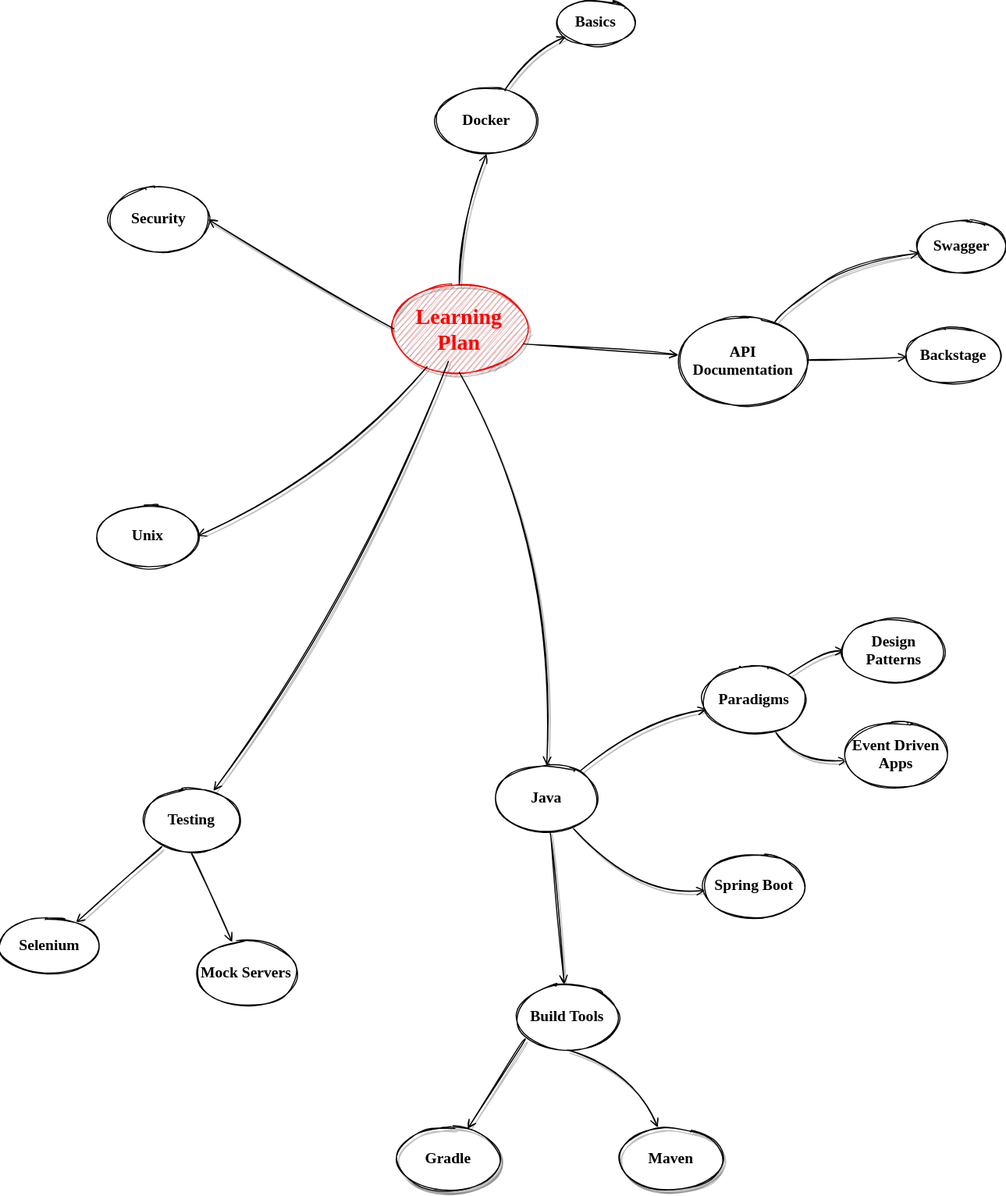
The draw.io diagram diagramming/learning_plan.drawio.svg in mp30028/notes, before a commit. Source tidied: cells renumbered, new cells last; positions are measured from the earlier drawing's top-left corner, leaving out a move shared by most shapes. Source of this version:
```xml
<mxGraphModel>
  <root>
    <mxCell id="0" />
    <mxCell id="1" parent="0" />
    <mxCell id="2" value="Learning Plan" style="ellipse;whiteSpace=wrap;html=1;rounded=0;shadow=1;comic=0;labelBackgroundColor=none;strokeWidth=1;fontFamily=Comic Sans MS;fontSize=20;align=center;fontStyle=1;fontColor=#FF0000;strokeColor=#FF0000;sketch=1;fillColor=#FF9999;" parent="1" vertex="1">
      <mxGeometry x="360" y="260" width="120" height="80" as="geometry" />
    </mxCell>
    <mxCell id="3" style="sketch=1;jettySize=auto;html=1;fontSize=14;fontColor=#0000FF;endArrow=open;endFill=0;curved=1;shadow=1;" parent="1" edge="1" source="4" target="6">
      <mxGeometry relative="1" as="geometry">
        <Array as="points">
          <mxPoint x="480" y="50" />
        </Array>
      </mxGeometry>
    </mxCell>
    <mxCell id="4" value="Docker" style="ellipse;whiteSpace=wrap;html=1;rounded=0;shadow=0;comic=0;labelBackgroundColor=none;strokeWidth=1;fontFamily=Comic Sans MS;fontSize=14;align=center;sketch=1;fontStyle=1;" parent="1" vertex="1">
      <mxGeometry x="400" y="80" width="90" height="60" as="geometry" />
    </mxCell>
    <mxCell id="5" style="endArrow=open;html=1;fontSize=14;fontColor=#0000FF;exitX=0.5;exitY=0;exitDx=0;exitDy=0;sketch=1;entryX=0.5;entryY=1;entryDx=0;entryDy=0;curved=1;endFill=0;shadow=1;" parent="1" edge="1" source="2" target="4">
      <mxGeometry relative="1" as="geometry">
        <Array as="points">
          <mxPoint x="420" y="200" />
        </Array>
      </mxGeometry>
    </mxCell>
    <mxCell id="6" value="Basics" style="ellipse;whiteSpace=wrap;html=1;rounded=0;shadow=0;comic=0;labelBackgroundColor=none;strokeWidth=1;fontFamily=Comic Sans MS;fontSize=14;align=center;sketch=1;fontStyle=1;" parent="1" vertex="1">
      <mxGeometry x="510" width="70" height="40" as="geometry" />
    </mxCell>
    <mxCell id="7" value="Unix" style="ellipse;whiteSpace=wrap;html=1;rounded=0;shadow=0;comic=0;labelBackgroundColor=none;strokeWidth=1;fontFamily=Comic Sans MS;fontSize=14;align=center;sketch=1;fontStyle=1;" parent="1" vertex="1">
      <mxGeometry x="90" y="460" width="90" height="60" as="geometry" />
    </mxCell>
    <mxCell id="8" style="endArrow=open;html=1;fontSize=14;fontColor=#0000FF;sketch=1;entryX=1;entryY=0.5;entryDx=0;entryDy=0;curved=1;endFill=0;shadow=1;" parent="1" edge="1" source="2" target="7">
      <mxGeometry relative="1" as="geometry">
        <Array as="points">
          <mxPoint x="310" y="430" />
        </Array>
      </mxGeometry>
    </mxCell>
    <mxCell id="9" style="edgeStyle=none;shape=connector;curved=1;rounded=1;sketch=1;jettySize=auto;html=1;labelBackgroundColor=default;fontFamily=Helvetica;fontSize=14;fontColor=#0000FF;endArrow=open;endFill=0;strokeColor=default;shadow=1;" parent="1" edge="1" source="15" target="19">
      <mxGeometry relative="1" as="geometry">
        <Array as="points">
          <mxPoint x="585" y="660" />
        </Array>
      </mxGeometry>
    </mxCell>
    <mxCell id="10" style="edgeStyle=none;shape=connector;curved=1;rounded=1;sketch=1;jettySize=auto;html=1;labelBackgroundColor=default;fontFamily=Comic Sans MS;fontSize=14;fontColor=default;endArrow=open;endFill=0;strokeColor=default;shadow=1;exitX=0.5;exitY=1;exitDx=0;exitDy=0;" parent="1" edge="1" source="22" target="20">
      <mxGeometry relative="1" as="geometry">
        <Array as="points">
          <mxPoint x="580" y="980" />
        </Array>
      </mxGeometry>
    </mxCell>
    <mxCell id="11" style="edgeStyle=none;shape=connector;curved=1;rounded=1;sketch=1;jettySize=auto;html=1;labelBackgroundColor=default;fontFamily=Comic Sans MS;fontSize=14;fontColor=default;endArrow=open;endFill=0;strokeColor=default;exitX=0.07;exitY=0.833;exitDx=0;exitDy=0;exitPerimeter=0;shadow=1;" parent="1" edge="1" source="22" target="21">
      <mxGeometry relative="1" as="geometry" />
    </mxCell>
    <mxCell id="12" style="edgeStyle=none;shape=connector;curved=1;rounded=1;sketch=1;jettySize=auto;html=1;labelBackgroundColor=default;fontFamily=Comic Sans MS;fontSize=14;fontColor=default;endArrow=open;endFill=0;strokeColor=default;shadow=1;" parent="1" edge="1" source="15" target="22">
      <mxGeometry relative="1" as="geometry" />
    </mxCell>
    <mxCell id="13" style="edgeStyle=none;shape=connector;curved=1;rounded=1;sketch=1;jettySize=auto;html=1;labelBackgroundColor=default;fontFamily=Helvetica;fontSize=14;fontColor=#0000FF;endArrow=open;endFill=0;strokeColor=default;shadow=1;" parent="1" edge="1" target="27">
      <mxGeometry relative="1" as="geometry">
        <mxPoint x="410" y="330" as="sourcePoint" />
        <Array as="points">
          <mxPoint x="330" y="540" />
        </Array>
      </mxGeometry>
    </mxCell>
    <mxCell id="14" style="edgeStyle=none;shape=connector;curved=1;rounded=1;sketch=1;jettySize=auto;html=1;labelBackgroundColor=default;fontFamily=Helvetica;fontSize=14;fontColor=#0000FF;endArrow=open;endFill=0;strokeColor=default;shadow=1;" parent="1" edge="1" source="15" target="34">
      <mxGeometry relative="1" as="geometry">
        <Array as="points">
          <mxPoint x="580" y="820" />
        </Array>
      </mxGeometry>
    </mxCell>
    <mxCell id="15" value="Java" style="ellipse;whiteSpace=wrap;html=1;rounded=0;shadow=0;comic=0;labelBackgroundColor=none;strokeWidth=1;fontFamily=Comic Sans MS;fontSize=14;align=center;sketch=1;fontStyle=1;" parent="1" vertex="1">
      <mxGeometry x="455" y="700" width="90" height="60" as="geometry" />
    </mxCell>
    <mxCell id="16" style="endArrow=open;html=1;fontSize=14;fontColor=#0000FF;sketch=1;entryX=0.5;entryY=0;entryDx=0;entryDy=0;curved=1;endFill=0;exitX=0.5;exitY=1;exitDx=0;exitDy=0;shadow=1;" parent="1" edge="1" source="2" target="15">
      <mxGeometry relative="1" as="geometry">
        <Array as="points">
          <mxPoint x="510" y="500" />
        </Array>
      </mxGeometry>
    </mxCell>
    <mxCell id="17" style="edgeStyle=none;shape=connector;curved=1;rounded=1;sketch=1;jettySize=auto;html=1;labelBackgroundColor=default;fontFamily=Helvetica;fontSize=14;fontColor=#0000FF;endArrow=open;endFill=0;strokeColor=default;shadow=1;" parent="1" edge="1" source="19" target="23">
      <mxGeometry relative="1" as="geometry">
        <Array as="points">
          <mxPoint x="750" y="595" />
        </Array>
      </mxGeometry>
    </mxCell>
    <mxCell id="18" style="edgeStyle=none;shape=connector;curved=1;rounded=1;sketch=1;jettySize=auto;html=1;labelBackgroundColor=default;fontFamily=Helvetica;fontSize=14;fontColor=#0000FF;endArrow=open;endFill=0;strokeColor=default;shadow=1;" parent="1" edge="1" source="19" target="24">
      <mxGeometry relative="1" as="geometry">
        <Array as="points">
          <mxPoint x="730" y="700" />
        </Array>
      </mxGeometry>
    </mxCell>
    <mxCell id="19" value="Paradigms" style="ellipse;whiteSpace=wrap;html=1;rounded=0;shadow=0;comic=0;labelBackgroundColor=none;strokeWidth=1;fontFamily=Comic Sans MS;fontSize=14;align=center;sketch=1;fontStyle=1;" parent="1" vertex="1">
      <mxGeometry x="645" y="610" width="90" height="60" as="geometry" />
    </mxCell>
    <mxCell id="20" value="Maven" style="ellipse;whiteSpace=wrap;html=1;rounded=0;shadow=1;comic=0;labelBackgroundColor=none;strokeWidth=1;fontFamily=Comic Sans MS;fontSize=14;align=center;sketch=1;fontStyle=1;" parent="1" vertex="1">
      <mxGeometry x="569" y="1030" width="90" height="60" as="geometry" />
    </mxCell>
    <mxCell id="21" value="Gradle" style="ellipse;whiteSpace=wrap;html=1;rounded=0;shadow=1;comic=0;labelBackgroundColor=none;strokeWidth=1;fontFamily=Comic Sans MS;fontSize=14;align=center;sketch=1;fontStyle=1;" parent="1" vertex="1">
      <mxGeometry x="365" y="1030" width="90" height="60" as="geometry" />
    </mxCell>
    <mxCell id="22" value="Build Tools" style="ellipse;whiteSpace=wrap;html=1;rounded=0;shadow=0;comic=0;labelBackgroundColor=none;strokeWidth=1;fontFamily=Comic Sans MS;fontSize=14;align=center;sketch=1;fontStyle=1;" parent="1" vertex="1">
      <mxGeometry x="474" y="900" width="90" height="60" as="geometry" />
    </mxCell>
    <mxCell id="23" value="Design Patterns" style="ellipse;whiteSpace=wrap;html=1;rounded=0;shadow=0;comic=0;labelBackgroundColor=none;strokeWidth=1;fontFamily=Comic Sans MS;fontSize=14;align=center;sketch=1;fontStyle=1;" parent="1" vertex="1">
      <mxGeometry x="772.5" y="565" width="90" height="60" as="geometry" />
    </mxCell>
    <mxCell id="24" value="Event Driven Apps" style="ellipse;whiteSpace=wrap;html=1;rounded=0;shadow=0;comic=0;labelBackgroundColor=none;strokeWidth=1;fontFamily=Comic Sans MS;fontSize=14;align=center;sketch=1;fontStyle=1;" parent="1" vertex="1">
      <mxGeometry x="775" y="660" width="90" height="60" as="geometry" />
    </mxCell>
    <mxCell id="25" style="edgeStyle=none;shape=connector;curved=1;rounded=1;sketch=1;jettySize=auto;html=1;labelBackgroundColor=default;fontFamily=Helvetica;fontSize=14;fontColor=#0000FF;endArrow=open;endFill=0;strokeColor=default;exitX=0.5;exitY=1;exitDx=0;exitDy=0;shadow=1;" parent="1" edge="1" source="27" target="35">
      <mxGeometry relative="1" as="geometry" />
    </mxCell>
    <mxCell id="26" style="edgeStyle=none;shape=connector;curved=1;rounded=1;sketch=1;jettySize=auto;html=1;labelBackgroundColor=default;fontFamily=Helvetica;fontSize=14;fontColor=#0000FF;endArrow=open;endFill=0;strokeColor=default;shadow=1;" parent="1" edge="1" source="27" target="36">
      <mxGeometry relative="1" as="geometry" />
    </mxCell>
    <mxCell id="27" value="Testing" style="ellipse;whiteSpace=wrap;html=1;rounded=0;shadow=0;comic=0;labelBackgroundColor=none;strokeWidth=1;fontFamily=Comic Sans MS;fontSize=14;align=center;sketch=1;fontStyle=1;" parent="1" vertex="1">
      <mxGeometry x="130" y="720" width="90" height="60" as="geometry" />
    </mxCell>
    <mxCell id="28" style="edgeStyle=none;shape=connector;curved=1;rounded=1;sketch=1;jettySize=auto;html=1;labelBackgroundColor=default;fontFamily=Helvetica;fontSize=14;fontColor=#0000FF;endArrow=open;endFill=0;strokeColor=default;shadow=1;" parent="1" edge="1" source="30" target="32">
      <mxGeometry relative="1" as="geometry">
        <Array as="points">
          <mxPoint x="720" y="280" />
          <mxPoint x="780" y="240" />
        </Array>
      </mxGeometry>
    </mxCell>
    <mxCell id="29" style="edgeStyle=none;shape=connector;curved=1;rounded=1;sketch=1;jettySize=auto;html=1;labelBackgroundColor=default;fontFamily=Comic Sans MS;fontSize=14;fontColor=default;endArrow=open;endFill=0;strokeColor=default;" parent="1" edge="1" source="30" target="37">
      <mxGeometry relative="1" as="geometry" />
    </mxCell>
    <mxCell id="30" value="API Documentation" style="ellipse;whiteSpace=wrap;html=1;rounded=0;shadow=0;comic=0;labelBackgroundColor=none;strokeWidth=1;fontFamily=Comic Sans MS;fontSize=14;align=center;sketch=1;fontStyle=1;" parent="1" vertex="1">
      <mxGeometry x="620" y="290" width="120" height="80" as="geometry" />
    </mxCell>
    <mxCell id="31" style="endArrow=open;html=1;fontSize=14;fontColor=#0000FF;exitX=0.992;exitY=0.675;exitDx=0;exitDy=0;exitPerimeter=0;sketch=1;curved=1;endFill=0;" parent="1" edge="1" source="2" target="30">
      <mxGeometry relative="1" as="geometry">
        <Array as="points">
          <mxPoint x="580" y="320" />
        </Array>
      </mxGeometry>
    </mxCell>
    <mxCell id="32" value="Swagger" style="ellipse;whiteSpace=wrap;html=1;rounded=0;shadow=0;comic=0;labelBackgroundColor=none;strokeWidth=1;fontFamily=Comic Sans MS;fontSize=14;align=center;sketch=1;fontStyle=1;" parent="1" vertex="1">
      <mxGeometry x="840" y="200" width="80" height="50" as="geometry" />
    </mxCell>
    <mxCell id="33" value="Security" style="ellipse;whiteSpace=wrap;html=1;rounded=0;shadow=0;comic=0;labelBackgroundColor=none;strokeWidth=1;fontFamily=Comic Sans MS;fontSize=14;align=center;sketch=1;fontStyle=1;" parent="1" vertex="1">
      <mxGeometry x="100" y="170" width="90" height="60" as="geometry" />
    </mxCell>
    <mxCell id="34" value="Spring Boot" style="ellipse;whiteSpace=wrap;html=1;rounded=0;shadow=0;comic=0;labelBackgroundColor=none;strokeWidth=1;fontFamily=Comic Sans MS;fontSize=14;align=center;sketch=1;fontStyle=1;" parent="1" vertex="1">
      <mxGeometry x="645" y="780" width="90" height="60" as="geometry" />
    </mxCell>
    <mxCell id="35" value="Mock Servers" style="ellipse;whiteSpace=wrap;html=1;rounded=0;shadow=0;comic=0;labelBackgroundColor=none;strokeWidth=1;fontFamily=Comic Sans MS;fontSize=14;align=center;sketch=1;fontStyle=1;" parent="1" vertex="1">
      <mxGeometry x="180" y="860" width="90" height="60" as="geometry" />
    </mxCell>
    <mxCell id="36" value="Selenium" style="ellipse;whiteSpace=wrap;html=1;fontSize=14;fontFamily=Comic Sans MS;rounded=0;shadow=0;comic=0;labelBackgroundColor=none;strokeWidth=1;sketch=1;fontStyle=1;" parent="1" vertex="1">
      <mxGeometry y="840" width="90" height="50" as="geometry" />
    </mxCell>
    <mxCell id="37" value="&lt;span style=&quot;&quot;&gt;Backstage&lt;/span&gt;" style="ellipse;whiteSpace=wrap;html=1;fontSize=14;fontFamily=Comic Sans MS;rounded=0;shadow=0;comic=0;labelBackgroundColor=none;strokeWidth=1;sketch=1;fontStyle=1;" parent="1" vertex="1">
      <mxGeometry x="830" y="300" width="85" height="50" as="geometry" />
    </mxCell>
    <mxCell id="38" style="edgeStyle=none;shape=connector;curved=1;rounded=1;sketch=1;jettySize=auto;html=1;labelBackgroundColor=default;fontFamily=Comic Sans MS;fontSize=14;fontColor=default;endArrow=open;endFill=0;strokeColor=default;shadow=1;entryX=1;entryY=0.5;entryDx=0;entryDy=0;exitX=0;exitY=0.5;exitDx=0;exitDy=0;" parent="1" edge="1" source="2" target="33">
      <mxGeometry relative="1" as="geometry">
        <Array as="points">
          <mxPoint x="270" y="250" />
        </Array>
      </mxGeometry>
    </mxCell>
  </root>
</mxGraphModel>
```
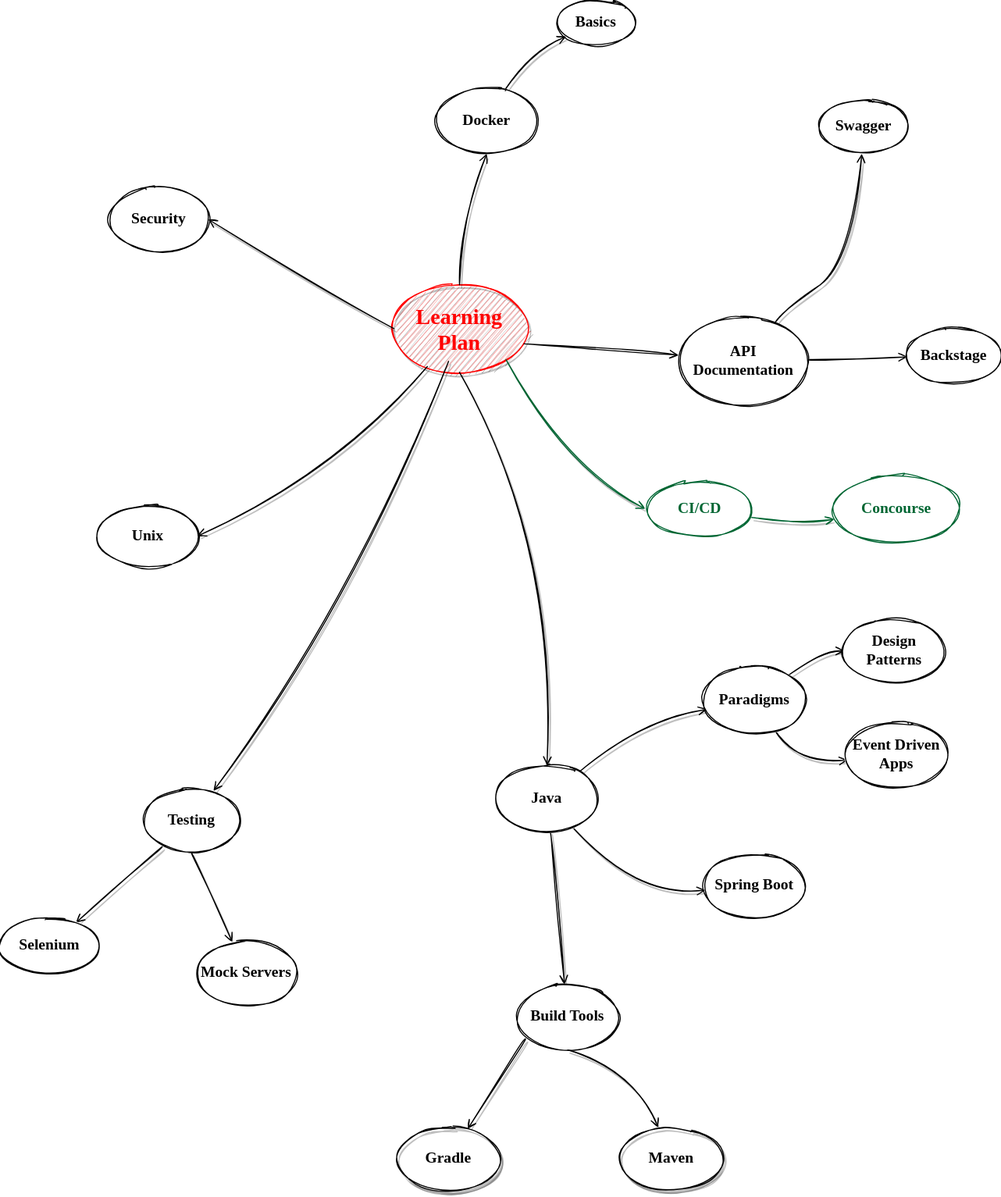
After the change.

Diff of the diagram source:
```diff
@@ -143,7 +143,7 @@
       </mxGeometry>
     </mxCell>
     <mxCell id="32" value="Swagger" style="ellipse;whiteSpace=wrap;html=1;rounded=0;shadow=0;comic=0;labelBackgroundColor=none;strokeWidth=1;fontFamily=Comic Sans MS;fontSize=14;align=center;sketch=1;fontStyle=1;" parent="1" vertex="1">
-      <mxGeometry x="840" y="200" width="80" height="50" as="geometry" />
+      <mxGeometry x="750" y="90" width="80" height="50" as="geometry" />
     </mxCell>
     <mxCell id="33" value="Security" style="ellipse;whiteSpace=wrap;html=1;rounded=0;shadow=0;comic=0;labelBackgroundColor=none;strokeWidth=1;fontFamily=Comic Sans MS;fontSize=14;align=center;sketch=1;fontStyle=1;" parent="1" vertex="1">
       <mxGeometry x="100" y="170" width="90" height="60" as="geometry" />
@@ -167,5 +167,25 @@
         </Array>
       </mxGeometry>
     </mxCell>
+    <mxCell id="39" value="CI/CD" style="ellipse;whiteSpace=wrap;html=1;rounded=0;shadow=0;comic=0;labelBackgroundColor=none;strokeWidth=1;fontFamily=Comic Sans MS;fontSize=14;align=center;sketch=1;fontStyle=1;strokeColor=#006633;fontColor=#006633;" parent="1" vertex="1">
+      <mxGeometry x="590" y="440" width="100" height="50" as="geometry" />
+    </mxCell>
+    <mxCell id="40" style="endArrow=open;html=1;fontSize=14;fontColor=#0000FF;exitX=1;exitY=1;exitDx=0;exitDy=0;sketch=1;curved=1;endFill=0;entryX=0;entryY=0.5;entryDx=0;entryDy=0;shadow=1;strokeColor=#006633;" parent="1" edge="1" source="2" target="39">
+      <mxGeometry relative="1" as="geometry">
+        <Array as="points">
+          <mxPoint x="520" y="430" />
+        </Array>
+      </mxGeometry>
+    </mxCell>
+    <mxCell id="41" style="edgeStyle=none;shape=connector;curved=1;rounded=1;sketch=1;jettySize=auto;html=1;shadow=1;labelBackgroundColor=default;fontFamily=Helvetica;fontSize=14;fontColor=#0000FF;endArrow=open;endFill=0;strokeColor=#006633;" parent="1" edge="1" source="39" target="42">
+      <mxGeometry relative="1" as="geometry">
+        <Array as="points">
+          <mxPoint x="730" y="480" />
+        </Array>
+      </mxGeometry>
+    </mxCell>
+    <mxCell id="42" value="Concourse" style="ellipse;whiteSpace=wrap;html=1;fontSize=14;fontFamily=Comic Sans MS;strokeColor=#006633;fontColor=#006633;rounded=0;shadow=0;comic=0;labelBackgroundColor=none;strokeWidth=1;sketch=1;fontStyle=1;" parent="1" vertex="1">
+      <mxGeometry x="760" y="435" width="120" height="60" as="geometry" />
+    </mxCell>
   </root>
 </mxGraphModel>
```
